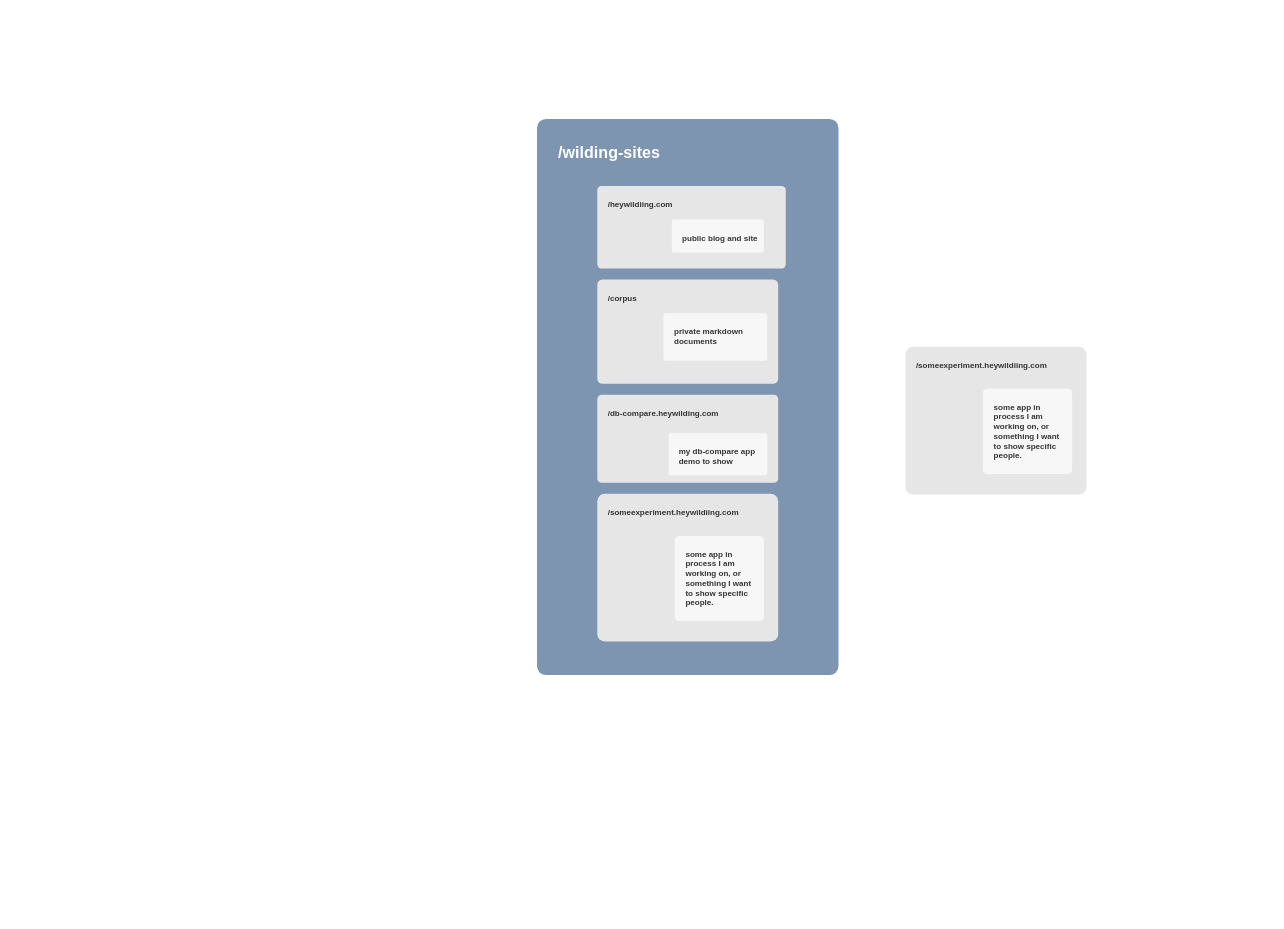
umamiMike/technical-mess-diagrams keeps this draw.io diagram as page "dev-and-deploy-diagram" (5 of 5) of theme-tracking.drawio. Above is the earlier version. Source tidied: cells renumbered, new cells numbered last; positions are measured from the earlier drawing's top-left corner, leaving out a move shared by most shapes. Both pictures are drawn from the tidied source at 67%, with x=0, y=0 at pixel (537, 119).
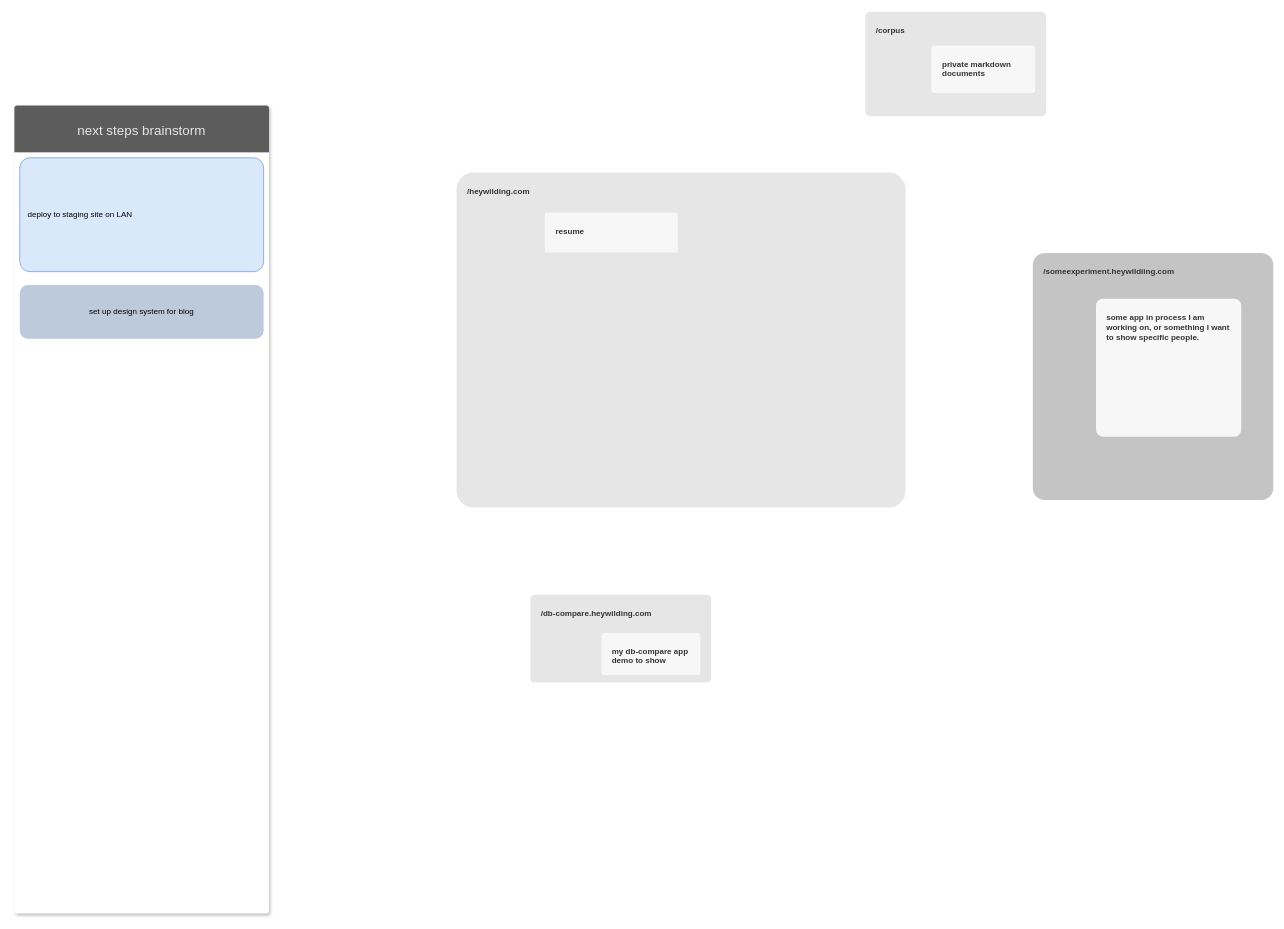
After the change.

The edit, as a diff of the source:
```diff
@@
 <mxGraphModel>
   <root>
     <mxCell id="0" />
     <mxCell id="1" parent="0" />
-    <mxCell id="2" value="/wilding-sites" style="rounded=1;whiteSpace=wrap;html=1;fontStyle=1;arcSize=3;align=left;verticalAlign=top;spacingLeft=16;spacingTop=16;fontSize=24;strokeColor=none;spacingBottom=35;spacing=16;fillColor=#7D95B0;fontColor=#FFFFFF;" parent="1" vertex="1">
-      <mxGeometry width="450" height="830" as="geometry" />
-    </mxCell>
-    <mxCell id="3" value="/someexperiment.heywildiing.com" style="rounded=1;whiteSpace=wrap;html=1;fontStyle=1;arcSize=5;align=left;verticalAlign=top;spacingLeft=8;spacingTop=8;fontSize=12;fontColor=#333333;fillColor=#E6E6E6;spacingBottom=16;spacing=8;strokeColor=none;" parent="2" vertex="1">
-      <mxGeometry x="90" y="559.5" width="270" height="220.5" as="geometry" />
-    </mxCell>
-    <mxCell id="4" value="some app in process I am working on, or something I want to show specific people." style="rounded=1;whiteSpace=wrap;html=1;fontStyle=1;arcSize=5;align=left;verticalAlign=top;spacingLeft=8;spacingTop=8;fontSize=12;fontColor=#333333;spacingBottom=16;spacing=8;fillColor=#F7F7F7;strokeColor=none;noLabel=0;" parent="3" vertex="1">
-      <mxGeometry x="115.5" y="62.9" width="133.2" height="127.1" as="geometry" />
-    </mxCell>
-    <mxCell id="5" style="group;" parent="2" vertex="1">
-      <mxGeometry x="90" y="100" width="281.3" height="680" as="geometry" />
-    </mxCell>
+    <mxCell id="14" value="next steps brainstorm" style="swimlane;html=0;startSize=70;stackBorder=8;swimlaneLine=0;swimlaneFillColor=#ffffff;verticalAlign=middle;fontSize=20;fontStyle=0;labelPosition=center;verticalLabelPosition=middle;align=center;fillColor=#5C5C5C;rounded=1;arcSize=2;fontColor=#E6E6E6;strokeWidth=6;perimeterSpacing=1;horizontal=1;strokeColor=none;shadow=1;" parent="1" vertex="1">
+      <mxGeometry x="-780" y="-20" width="380" height="1206" as="geometry" />
+    </mxCell>
+    <mxCell id="15" value="deploy to staging site on LAN" style="rounded=1;whiteSpace=wrap;html=1;fontSize=12;startSize=0;align=left;strokeColor=#6c8ebf;shadow=0;fillColor=#dae8fc;arcSize=9;verticalAlign=middle;spacing=12;" parent="14" vertex="1">
+      <mxGeometry x="8" y="78" width="364" height="170" as="geometry" />
+    </mxCell>
+    <mxCell id="16" value="set up design system for blog" style="rounded=1;whiteSpace=wrap;html=1;fontSize=12;align=center;strokeColor=none;fillColor=#BDCADB;" parent="14" vertex="1">
+      <mxGeometry x="8" y="268" width="364" height="80" as="geometry" />
+    </mxCell>
-    <mxCell id="6" value="/heywildiing.com" style="rounded=1;whiteSpace=wrap;html=1;fontStyle=1;arcSize=5;align=left;verticalAlign=top;spacingLeft=8;spacingTop=8;fontSize=12;fontColor=#333333;fillColor=#E6E6E6;spacingBottom=16;spacing=8;strokeColor=none;" parent="5" vertex="1">
-      <mxGeometry width="281.3" height="123.1" as="geometry" />
+    <mxCell id="6" value="/heywilding.com" style="rounded=1;whiteSpace=wrap;html=1;fontStyle=1;arcSize=5;align=left;verticalAlign=top;spacingLeft=8;spacingTop=8;fontSize=12;fontColor=#333333;fillColor=#E6E6E6;spacingBottom=16;spacing=8;strokeColor=none;" parent="1" vertex="1">
+      <mxGeometry x="-120" y="80" width="670" height="500" as="geometry" />
     </mxCell>
-    <mxCell id="7" value="public blog and site" style="rounded=1;whiteSpace=wrap;html=1;fontStyle=1;arcSize=5;align=left;verticalAlign=top;spacingLeft=8;spacingTop=8;fontSize=12;fontColor=#333333;spacingBottom=16;spacing=8;fillColor=#F7F7F7;strokeColor=none;noLabel=0;" parent="6" vertex="1">
-      <mxGeometry x="111.3" y="50" width="137.3" height="49.2" as="geometry" />
+    <mxCell id="7" value="resume" style="rounded=1;whiteSpace=wrap;html=1;fontStyle=1;arcSize=5;align=left;verticalAlign=top;spacingLeft=8;spacingTop=8;fontSize=12;fontColor=#333333;spacingBottom=16;spacing=8;fillColor=#F7F7F7;strokeColor=none;noLabel=0;" parent="6" vertex="1">
+      <mxGeometry x="131.6" y="59.6" width="198.6" height="59.6" as="geometry" />
     </mxCell>
-    <mxCell id="8" value="/corpus" style="rounded=1;whiteSpace=wrap;html=1;fontStyle=1;arcSize=5;align=left;verticalAlign=top;spacingLeft=8;spacingTop=8;fontSize=12;fontColor=#333333;spacingBottom=16;spacing=8;fillColor=#E6E6E6;strokeColor=none;" parent="5" vertex="1">
-      <mxGeometry y="139.5" width="270" height="155.9" as="geometry" />
+    <mxCell id="8" value="/corpus" style="rounded=1;whiteSpace=wrap;html=1;fontStyle=1;arcSize=5;align=left;verticalAlign=top;spacingLeft=8;spacingTop=8;fontSize=12;fontColor=#333333;spacingBottom=16;spacing=8;fillColor=#E6E6E6;strokeColor=none;" parent="1" vertex="1">
+      <mxGeometry x="490" y="-160" width="270" height="155.9" as="geometry" />
     </mxCell>
     <mxCell id="9" value="private markdown documents&amp;nbsp;" style="rounded=1;whiteSpace=wrap;html=1;fontStyle=1;arcSize=5;align=left;verticalAlign=top;spacingLeft=8;spacingTop=8;fontSize=12;fontColor=#333333;spacingBottom=16;spacing=8;fillColor=#F7F7F7;strokeColor=none;noLabel=0;" parent="8" vertex="1">
       <mxGeometry x="98.8" y="50.5" width="154.8" height="70.8" as="geometry" />
     </mxCell>
-    <mxCell id="10" value="/db-compare.heywilding.com" style="rounded=1;whiteSpace=wrap;html=1;fontStyle=1;arcSize=5;align=left;verticalAlign=top;spacingLeft=8;spacingTop=8;fontSize=12;fontColor=#333333;fillColor=#E6E6E6;spacingBottom=16;spacing=8;strokeColor=none;" parent="5" vertex="1">
-      <mxGeometry y="311.8" width="270" height="131.3" as="geometry" />
+    <mxCell id="10" value="/db-compare.heywilding.com" style="rounded=1;whiteSpace=wrap;html=1;fontStyle=1;arcSize=5;align=left;verticalAlign=top;spacingLeft=8;spacingTop=8;fontSize=12;fontColor=#333333;fillColor=#E6E6E6;spacingBottom=16;spacing=8;strokeColor=none;" parent="1" vertex="1">
+      <mxGeometry x="-10" y="710" width="270" height="131.3" as="geometry" />
     </mxCell>
     <mxCell id="11" value="my db-compare app demo to show&amp;nbsp;" style="rounded=1;whiteSpace=wrap;html=1;fontStyle=1;arcSize=5;align=left;verticalAlign=top;spacingLeft=8;spacingTop=8;fontSize=12;fontColor=#333333;spacingBottom=16;spacing=8;fillColor=#F7F7F7;strokeColor=none;noLabel=0;" parent="10" vertex="1">
       <mxGeometry x="106.4" y="57.4" width="147.3" height="62.6" as="geometry" />
     </mxCell>
-    <mxCell id="12" value="/someexperiment.heywildiing.com" style="rounded=1;whiteSpace=wrap;html=1;fontStyle=1;arcSize=5;align=left;verticalAlign=top;spacingLeft=8;spacingTop=8;fontSize=12;fontColor=#333333;fillColor=#E6E6E6;spacingBottom=16;spacing=8;strokeColor=none;" parent="1" vertex="1">
-      <mxGeometry x="550" y="340" width="270" height="220.5" as="geometry" />
-    </mxCell>
-    <mxCell id="13" value="some app in process I am working on, or something I want to show specific people." style="rounded=1;whiteSpace=wrap;html=1;fontStyle=1;arcSize=5;align=left;verticalAlign=top;spacingLeft=8;spacingTop=8;fontSize=12;fontColor=#333333;spacingBottom=16;spacing=8;fillColor=#F7F7F7;strokeColor=none;noLabel=0;" parent="12" vertex="1">
-      <mxGeometry x="115.5" y="62.9" width="133.2" height="127.1" as="geometry" />
-    </mxCell>
+    <mxCell id="3" value="/someexperiment.heywildiing.com" style="rounded=1;whiteSpace=wrap;html=1;fontStyle=1;arcSize=5;align=left;verticalAlign=top;spacingLeft=8;spacingTop=8;fontSize=12;fontColor=#333333;spacingBottom=16;spacing=8;strokeColor=none;fillColor=#C4C4C4;" parent="1" vertex="1">
+      <mxGeometry x="740" y="200" width="358.9" height="368.8" as="geometry" />
+    </mxCell>
+    <mxCell id="4" value="some app in process I am working on, or something I want to show specific people." style="rounded=1;whiteSpace=wrap;html=1;fontStyle=1;arcSize=5;align=left;verticalAlign=top;spacingLeft=8;spacingTop=8;fontSize=12;fontColor=#333333;spacingBottom=16;spacing=8;fillColor=#F7F7F7;strokeColor=none;noLabel=0;" parent="3" vertex="1">
+      <mxGeometry x="94.3" y="68.5" width="216.8" height="205.8" as="geometry" />
+    </mxCell>
   </root>
 </mxGraphModel>
```
